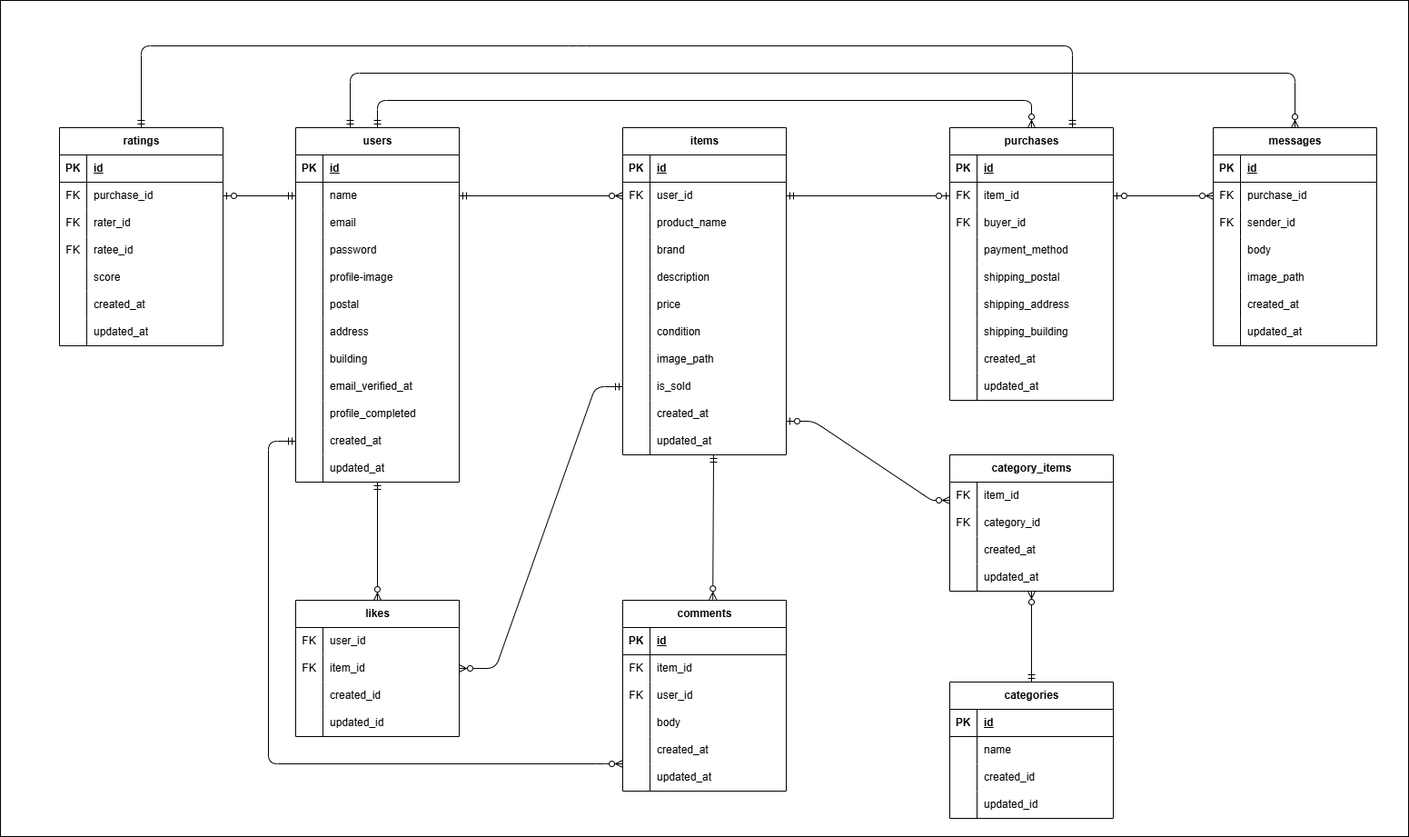
Above: erd.png in kumumuma05/free-market (draw.io), before the change. Source tidied: cells renumbered, new cells last; positions are measured from the earlier drawing's top-left corner, leaving out a move shared by most shapes.
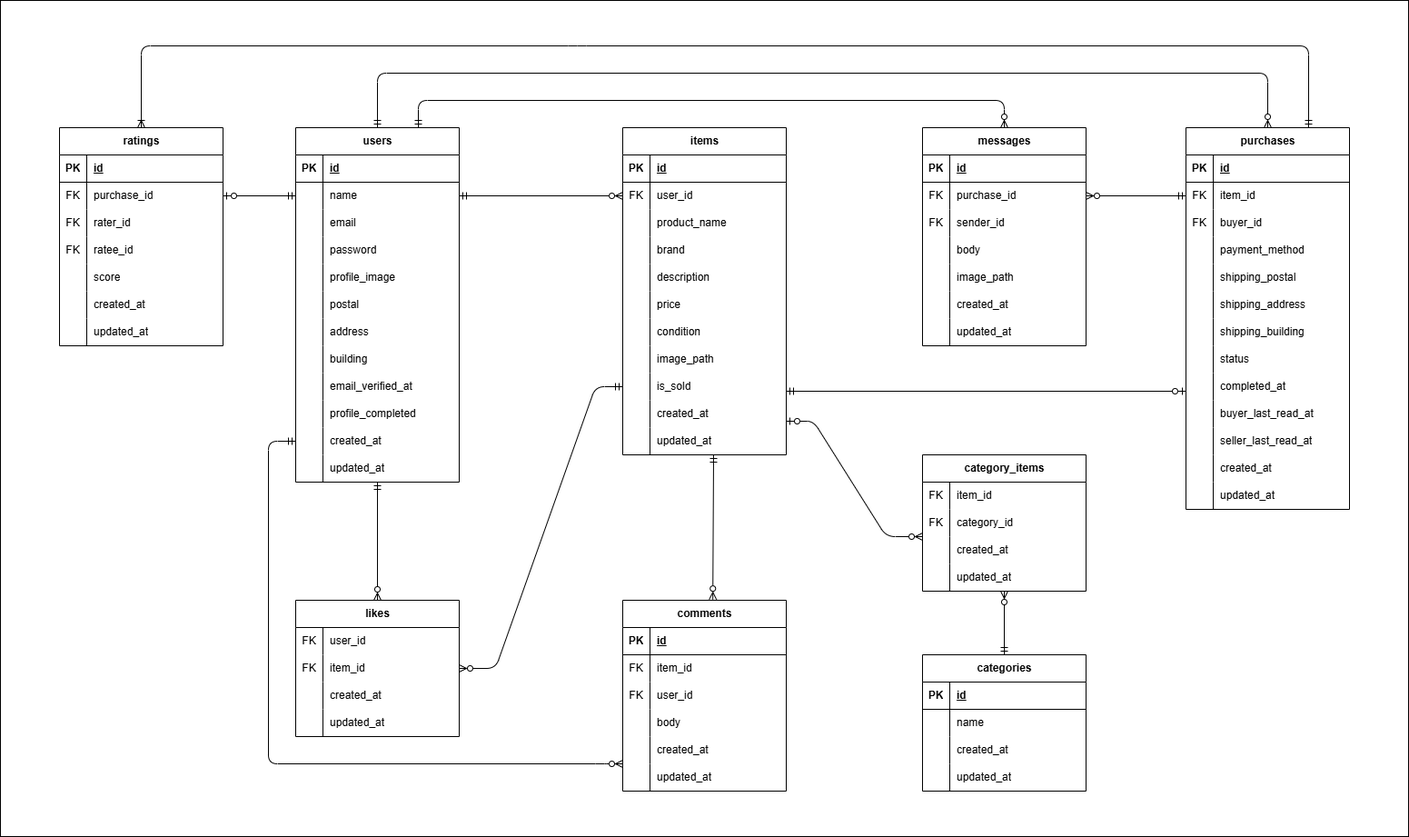
After the change.

The edit, as a diff of the source:
```diff
@@ -50,7 +50,7 @@
     <mxCell id="17" style="shape=partialRectangle;fillColor=none;top=0;left=0;bottom=0;right=0;overflow=hidden;whiteSpace=wrap;html=1;" parent="16" vertex="1">
       <mxGeometry width="30" height="30" as="geometry" />
     </mxCell>
-    <mxCell id="18" value="profile-image" style="shape=partialRectangle;fillColor=none;top=0;left=0;bottom=0;right=0;align=left;spacingLeft=6;overflow=hidden;whiteSpace=wrap;html=1;" parent="16" vertex="1">
+    <mxCell id="18" value="profile_image" style="shape=partialRectangle;fillColor=none;top=0;left=0;bottom=0;right=0;align=left;spacingLeft=6;overflow=hidden;whiteSpace=wrap;html=1;" parent="16" vertex="1">
       <mxGeometry x="30" width="150" height="30" as="geometry" />
     </mxCell>
     <mxCell id="19" style="shape=tableRow;horizontal=0;startSize=0;swimlaneHead=0;swimlaneBody=0;fillColor=none;top=0;left=0;right=0;bottom=0;" parent="3" vertex="1">
@@ -117,7 +117,7 @@
       <mxGeometry x="30" width="150" height="30" as="geometry" />
     </mxCell>
     <mxCell id="40" value="categories" style="shape=table;startSize=30;rowLines=0;fontStyle=1;align=center;html=1;" parent="1" vertex="1">
-      <mxGeometry x="1045" y="750" width="180" height="150" as="geometry" />
+      <mxGeometry x="1015" y="720" width="180" height="150" as="geometry" />
     </mxCell>
     <mxCell id="41" style="shape=tableRow;horizontal=0;startSize=0;swimlaneHead=0;swimlaneBody=0;fillColor=none;top=0;left=0;right=0;bottom=1;" parent="40" vertex="1">
       <mxGeometry y="30" width="180" height="30" as="geometry" />
@@ -143,7 +143,7 @@
     <mxCell id="48" style="shape=partialRectangle;fillColor=none;top=0;left=0;bottom=0;right=0;overflow=hidden;whiteSpace=wrap;html=1;" parent="47" vertex="1">
       <mxGeometry width="30" height="30" as="geometry" />
     </mxCell>
-    <mxCell id="49" value="created_id" style="shape=partialRectangle;fillColor=none;top=0;left=0;bottom=0;right=0;align=left;spacingLeft=6;overflow=hidden;whiteSpace=wrap;html=1;" parent="47" vertex="1">
+    <mxCell id="49" value="created_at" style="shape=partialRectangle;fillColor=none;top=0;left=0;bottom=0;right=0;align=left;spacingLeft=6;overflow=hidden;whiteSpace=wrap;html=1;" parent="47" vertex="1">
       <mxGeometry x="30" width="150" height="30" as="geometry" />
     </mxCell>
     <mxCell id="50" style="shape=tableRow;horizontal=0;startSize=0;swimlaneHead=0;swimlaneBody=0;fillColor=none;top=0;left=0;right=0;bottom=0;" parent="40" vertex="1">
@@ -152,7 +152,7 @@
     <mxCell id="51" style="shape=partialRectangle;fillColor=none;top=0;left=0;bottom=0;right=0;overflow=hidden;whiteSpace=wrap;html=1;" parent="50" vertex="1">
       <mxGeometry width="30" height="30" as="geometry" />
     </mxCell>
-    <mxCell id="52" value="updated_id" style="shape=partialRectangle;fillColor=none;top=0;left=0;bottom=0;right=0;align=left;spacingLeft=6;overflow=hidden;whiteSpace=wrap;html=1;" parent="50" vertex="1">
+    <mxCell id="52" value="updated_at" style="shape=partialRectangle;fillColor=none;top=0;left=0;bottom=0;right=0;align=left;spacingLeft=6;overflow=hidden;whiteSpace=wrap;html=1;" parent="50" vertex="1">
       <mxGeometry x="30" width="150" height="30" as="geometry" />
     </mxCell>
     <mxCell id="53" value="comments" style="shape=table;startSize=30;rowLines=0;fontStyle=1;align=center;html=1;" parent="1" vertex="1">
@@ -213,7 +213,7 @@
       <mxGeometry x="30" width="150" height="30" as="geometry" />
     </mxCell>
     <mxCell id="72" value="category_items" style="shape=table;startSize=30;rowLines=0;fontStyle=1;align=center;html=1;" parent="1" vertex="1">
-      <mxGeometry x="1045" y="500" width="180" height="150" as="geometry" />
+      <mxGeometry x="1015" y="500" width="180" height="150" as="geometry" />
     </mxCell>
     <mxCell id="73" style="shape=tableRow;horizontal=0;startSize=0;swimlaneHead=0;swimlaneBody=0;fillColor=none;top=0;left=0;right=0;bottom=0;" parent="72" vertex="1">
       <mxGeometry y="30" width="180" height="30" as="geometry" />
@@ -278,7 +278,7 @@
     <mxCell id="93" style="shape=partialRectangle;fillColor=none;top=0;left=0;bottom=0;right=0;overflow=hidden;whiteSpace=wrap;html=1;" parent="92" vertex="1">
       <mxGeometry width="30" height="30" as="geometry" />
     </mxCell>
-    <mxCell id="94" value="created_id" style="shape=partialRectangle;fillColor=none;top=0;left=0;bottom=0;right=0;align=left;spacingLeft=6;overflow=hidden;whiteSpace=wrap;html=1;" parent="92" vertex="1">
+    <mxCell id="94" value="created_at" style="shape=partialRectangle;fillColor=none;top=0;left=0;bottom=0;right=0;align=left;spacingLeft=6;overflow=hidden;whiteSpace=wrap;html=1;" parent="92" vertex="1">
       <mxGeometry x="30" width="150" height="30" as="geometry" />
     </mxCell>
     <mxCell id="95" style="shape=tableRow;horizontal=0;startSize=0;swimlaneHead=0;swimlaneBody=0;fillColor=none;top=0;left=0;right=0;bottom=0;" parent="85" vertex="1">
@@ -287,7 +287,7 @@
     <mxCell id="96" style="shape=partialRectangle;fillColor=none;top=0;left=0;bottom=0;right=0;overflow=hidden;whiteSpace=wrap;html=1;" parent="95" vertex="1">
       <mxGeometry width="30" height="30" as="geometry" />
     </mxCell>
-    <mxCell id="97" value="updated_id" style="shape=partialRectangle;fillColor=none;top=0;left=0;bottom=0;right=0;align=left;spacingLeft=6;overflow=hidden;whiteSpace=wrap;html=1;" parent="95" vertex="1">
+    <mxCell id="97" value="updated_at" style="shape=partialRectangle;fillColor=none;top=0;left=0;bottom=0;right=0;align=left;spacingLeft=6;overflow=hidden;whiteSpace=wrap;html=1;" parent="95" vertex="1">
       <mxGeometry x="30" width="150" height="30" as="geometry" />
     </mxCell>
     <mxCell id="98" value="items" style="shape=table;startSize=30;rowLines=0;fontStyle=1;align=center;html=1;" parent="1" vertex="1">
@@ -393,7 +393,7 @@
       <mxGeometry x="30" width="150" height="30" as="geometry" />
     </mxCell>
     <mxCell id="132" value="purchases" style="shape=table;startSize=30;rowLines=0;fontStyle=1;align=center;html=1;" parent="1" vertex="1">
-      <mxGeometry x="1045" y="140" width="180" height="300" as="geometry" />
+      <mxGeometry x="1305" y="140" width="180" height="420" as="geometry" />
     </mxCell>
     <mxCell id="133" style="shape=tableRow;horizontal=0;startSize=0;swimlaneHead=0;swimlaneBody=0;fillColor=none;top=0;left=0;right=0;bottom=1;" parent="132" vertex="1">
       <mxGeometry y="30" width="180" height="30" as="geometry" />
@@ -464,11 +464,47 @@
     <mxCell id="155" style="shape=partialRectangle;fillColor=none;top=0;left=0;bottom=0;right=0;overflow=hidden;whiteSpace=wrap;html=1;" parent="154" vertex="1">
       <mxGeometry width="30" height="30" as="geometry" />
     </mxCell>
-    <mxCell id="156" value="created_at" style="shape=partialRectangle;fillColor=none;top=0;left=0;bottom=0;right=0;align=left;spacingLeft=6;overflow=hidden;whiteSpace=wrap;html=1;" parent="154" vertex="1">
+    <mxCell id="156" value="status" style="shape=partialRectangle;fillColor=none;top=0;left=0;bottom=0;right=0;align=left;spacingLeft=6;overflow=hidden;whiteSpace=wrap;html=1;" parent="154" vertex="1">
       <mxGeometry x="30" width="150" height="30" as="geometry" />
     </mxCell>
+    <mxCell id="217" style="shape=tableRow;horizontal=0;startSize=0;swimlaneHead=0;swimlaneBody=0;fillColor=none;top=0;left=0;right=0;bottom=0;" parent="132" vertex="1">
+      <mxGeometry y="270" width="180" height="30" as="geometry" />
+    </mxCell>
+    <mxCell id="218" style="shape=partialRectangle;fillColor=none;top=0;left=0;bottom=0;right=0;overflow=hidden;whiteSpace=wrap;html=1;" parent="217" vertex="1">
+      <mxGeometry width="30" height="30" as="geometry" />
+    </mxCell>
+    <mxCell id="219" value="completed_at" style="shape=partialRectangle;fillColor=none;top=0;left=0;bottom=0;right=0;align=left;spacingLeft=6;overflow=hidden;whiteSpace=wrap;html=1;" parent="217" vertex="1">
+      <mxGeometry x="30" width="150" height="30" as="geometry" />
+    </mxCell>
+    <mxCell id="220" style="shape=tableRow;horizontal=0;startSize=0;swimlaneHead=0;swimlaneBody=0;fillColor=none;top=0;left=0;right=0;bottom=0;" parent="132" vertex="1">
+      <mxGeometry y="300" width="180" height="30" as="geometry" />
+    </mxCell>
+    <mxCell id="221" style="shape=partialRectangle;fillColor=none;top=0;left=0;bottom=0;right=0;overflow=hidden;whiteSpace=wrap;html=1;" parent="220" vertex="1">
+      <mxGeometry width="30" height="30" as="geometry" />
+    </mxCell>
+    <mxCell id="222" value="buyer_last_read_at" style="shape=partialRectangle;fillColor=none;top=0;left=0;bottom=0;right=0;align=left;spacingLeft=6;overflow=hidden;whiteSpace=wrap;html=1;" parent="220" vertex="1">
+      <mxGeometry x="30" width="150" height="30" as="geometry" />
+    </mxCell>
+    <mxCell id="223" style="shape=tableRow;horizontal=0;startSize=0;swimlaneHead=0;swimlaneBody=0;fillColor=none;top=0;left=0;right=0;bottom=0;" parent="132" vertex="1">
+      <mxGeometry y="330" width="180" height="30" as="geometry" />
+    </mxCell>
+    <mxCell id="224" style="shape=partialRectangle;fillColor=none;top=0;left=0;bottom=0;right=0;overflow=hidden;whiteSpace=wrap;html=1;" parent="223" vertex="1">
+      <mxGeometry width="30" height="30" as="geometry" />
+    </mxCell>
+    <mxCell id="225" value="seller_last_read_at" style="shape=partialRectangle;fillColor=none;top=0;left=0;bottom=0;right=0;align=left;spacingLeft=6;overflow=hidden;whiteSpace=wrap;html=1;" parent="223" vertex="1">
+      <mxGeometry x="30" width="150" height="30" as="geometry" />
+    </mxCell>
+    <mxCell id="226" style="shape=tableRow;horizontal=0;startSize=0;swimlaneHead=0;swimlaneBody=0;fillColor=none;top=0;left=0;right=0;bottom=0;" parent="132" vertex="1">
+      <mxGeometry y="360" width="180" height="30" as="geometry" />
+    </mxCell>
+    <mxCell id="227" style="shape=partialRectangle;fillColor=none;top=0;left=0;bottom=0;right=0;overflow=hidden;whiteSpace=wrap;html=1;" parent="226" vertex="1">
+      <mxGeometry width="30" height="30" as="geometry" />
+    </mxCell>
+    <mxCell id="228" value="created_at" style="shape=partialRectangle;fillColor=none;top=0;left=0;bottom=0;right=0;align=left;spacingLeft=6;overflow=hidden;whiteSpace=wrap;html=1;" parent="226" vertex="1">
+      <mxGeometry x="30" width="150" height="30" as="geometry" />
+    </mxCell>
     <mxCell id="157" style="shape=tableRow;horizontal=0;startSize=0;swimlaneHead=0;swimlaneBody=0;fillColor=none;top=0;left=0;right=0;bottom=0;" parent="132" vertex="1">
-      <mxGeometry y="270" width="180" height="30" as="geometry" />
+      <mxGeometry y="390" width="180" height="30" as="geometry" />
     </mxCell>
     <mxCell id="158" style="shape=partialRectangle;fillColor=none;top=0;left=0;bottom=0;right=0;overflow=hidden;whiteSpace=wrap;html=1;" parent="157" vertex="1">
       <mxGeometry width="30" height="30" as="geometry" />
@@ -507,24 +543,27 @@
         </Array>
       </mxGeometry>
     </mxCell>
-    <mxCell id="165" style="fontSize=12;html=1;endArrow=ERzeroToOne;exitX=1;exitY=0.5;exitDx=0;exitDy=0;entryX=0;entryY=0.5;entryDx=0;entryDy=0;startArrow=ERmandOne;startFill=0;endFill=0;" parent="1" edge="1" source="102" target="136">
-      <mxGeometry relative="1" as="geometry" />
+    <mxCell id="165" style="fontSize=12;html=1;endArrow=ERzeroToOne;exitX=1;exitY=0.5;exitDx=0;exitDy=0;entryX=0;entryY=0.5;entryDx=0;entryDy=0;startArrow=ERmandOne;startFill=0;endFill=0;" parent="1" edge="1">
+      <mxGeometry relative="1" as="geometry">
+        <mxPoint x="865" y="430" as="sourcePoint" />
+        <mxPoint x="1305" y="430" as="targetPoint" />
+      </mxGeometry>
     </mxCell>
     <mxCell id="166" style="fontSize=12;html=1;endArrow=ERzeroToMany;exitX=0.5;exitY=0;exitDx=0;exitDy=0;entryX=0.5;entryY=0;entryDx=0;entryDy=0;startArrow=ERmandOne;startFill=0;endFill=0;" parent="1" edge="1" source="3" target="132">
       <mxGeometry relative="1" as="geometry">
         <Array as="points">
-          <mxPoint x="415" y="110" />
-          <mxPoint x="1135" y="110" />
+          <mxPoint x="415" y="80" />
+          <mxPoint x="1395" y="80" />
         </Array>
       </mxGeometry>
     </mxCell>
     <mxCell id="167" style="fontSize=12;html=1;endArrow=ERzeroToMany;startArrow=ERzeroToOne;startFill=0;endFill=0;" parent="1" edge="1">
       <mxGeometry relative="1" as="geometry">
         <mxPoint x="865" y="463" as="sourcePoint" />
-        <mxPoint x="1045" y="550" as="targetPoint" />
+        <mxPoint x="1015" y="590" as="targetPoint" />
         <Array as="points">
           <mxPoint x="895" y="463" />
-          <mxPoint x="1025" y="550" />
+          <mxPoint x="975" y="590" />
         </Array>
       </mxGeometry>
     </mxCell>
@@ -532,7 +571,7 @@
       <mxGeometry relative="1" as="geometry" />
     </mxCell>
     <mxCell id="169" value="messages" style="shape=table;startSize=30;rowLines=0;fontStyle=1;align=center;html=1;" parent="1" vertex="1">
-      <mxGeometry x="1335" y="140" width="180" height="240" as="geometry" />
+      <mxGeometry x="1015" y="140" width="180" height="240" as="geometry" />
     </mxCell>
     <mxCell id="170" style="shape=tableRow;horizontal=0;startSize=0;swimlaneHead=0;swimlaneBody=0;fillColor=none;top=0;left=0;right=0;bottom=1;" parent="169" vertex="1">
       <mxGeometry y="30" width="180" height="30" as="geometry" />
@@ -597,15 +636,17 @@
     <mxCell id="190" value="updated_at" style="shape=partialRectangle;fillColor=none;top=0;left=0;bottom=0;right=0;align=left;spacingLeft=6;overflow=hidden;whiteSpace=wrap;html=1;" parent="188" vertex="1">
       <mxGeometry x="30" width="150" height="30" as="geometry" />
     </mxCell>
-    <mxCell id="191" style="fontSize=12;html=1;endArrow=ERzeroToMany;startArrow=ERzeroToOne;entryX=0;entryY=0.5;entryDx=0;entryDy=0;exitX=1;exitY=0.5;exitDx=0;exitDy=0;startFill=0;endFill=0;" parent="1" edge="1" source="136" target="173">
-      <mxGeometry relative="1" as="geometry" />
+    <mxCell id="191" style="fontSize=12;html=1;endArrow=ERzeroToMany;startArrow=ERmandOne;startFill=0;endFill=0;" parent="1" edge="1">
+      <mxGeometry relative="1" as="geometry">
+        <mxPoint x="1305" y="215" as="sourcePoint" />
+        <mxPoint x="1195" y="215" as="targetPoint" />
+      </mxGeometry>
     </mxCell>
-    <mxCell id="192" style="fontSize=12;html=1;endArrow=ERzeroToMany;startArrow=ERmandOne;entryX=0.5;entryY=0;entryDx=0;entryDy=0;startFill=0;" parent="1" edge="1" target="169">
+    <mxCell id="192" style="fontSize=12;html=1;endArrow=ERzeroToMany;startArrow=ERmandOne;entryX=0.5;entryY=0;entryDx=0;entryDy=0;startFill=0;exitX=0.75;exitY=0;exitDx=0;exitDy=0;" parent="1" edge="1" source="3" target="169">
       <mxGeometry relative="1" as="geometry">
-        <mxPoint x="385" y="140" as="sourcePoint" />
         <Array as="points">
-          <mxPoint x="385" y="80" />
-          <mxPoint x="1425" y="80" />
+          <mxPoint x="460" y="110" />
+          <mxPoint x="1105" y="110" />
         </Array>
       </mxGeometry>
     </mxCell>
@@ -678,12 +719,12 @@
     <mxCell id="215" style="fontSize=12;html=1;endArrow=ERmandOne;startArrow=ERzeroToOne;entryX=0;entryY=0.5;entryDx=0;entryDy=0;exitX=1;exitY=0.5;exitDx=0;exitDy=0;endFill=0;" parent="1" edge="1" source="197" target="7">
       <mxGeometry relative="1" as="geometry" />
     </mxCell>
-    <mxCell id="216" style="fontSize=12;html=1;endArrow=ERmandOne;startArrow=ERmandOne;entryX=0.75;entryY=0;entryDx=0;entryDy=0;" parent="1" edge="1" source="193" target="132">
+    <mxCell id="216" style="fontSize=12;html=1;endArrow=ERmandOne;startArrow=ERoneToMany;entryX=0.75;entryY=0;entryDx=0;entryDy=0;endFill=0;startFill=0;" parent="1" edge="1" source="193" target="132">
       <mxGeometry relative="1" as="geometry">
         <Array as="points">
           <mxPoint x="155" y="50" />
           <mxPoint x="635" y="50" />
-          <mxPoint x="1180" y="50" />
+          <mxPoint x="1440" y="50" />
         </Array>
       </mxGeometry>
     </mxCell>
```
